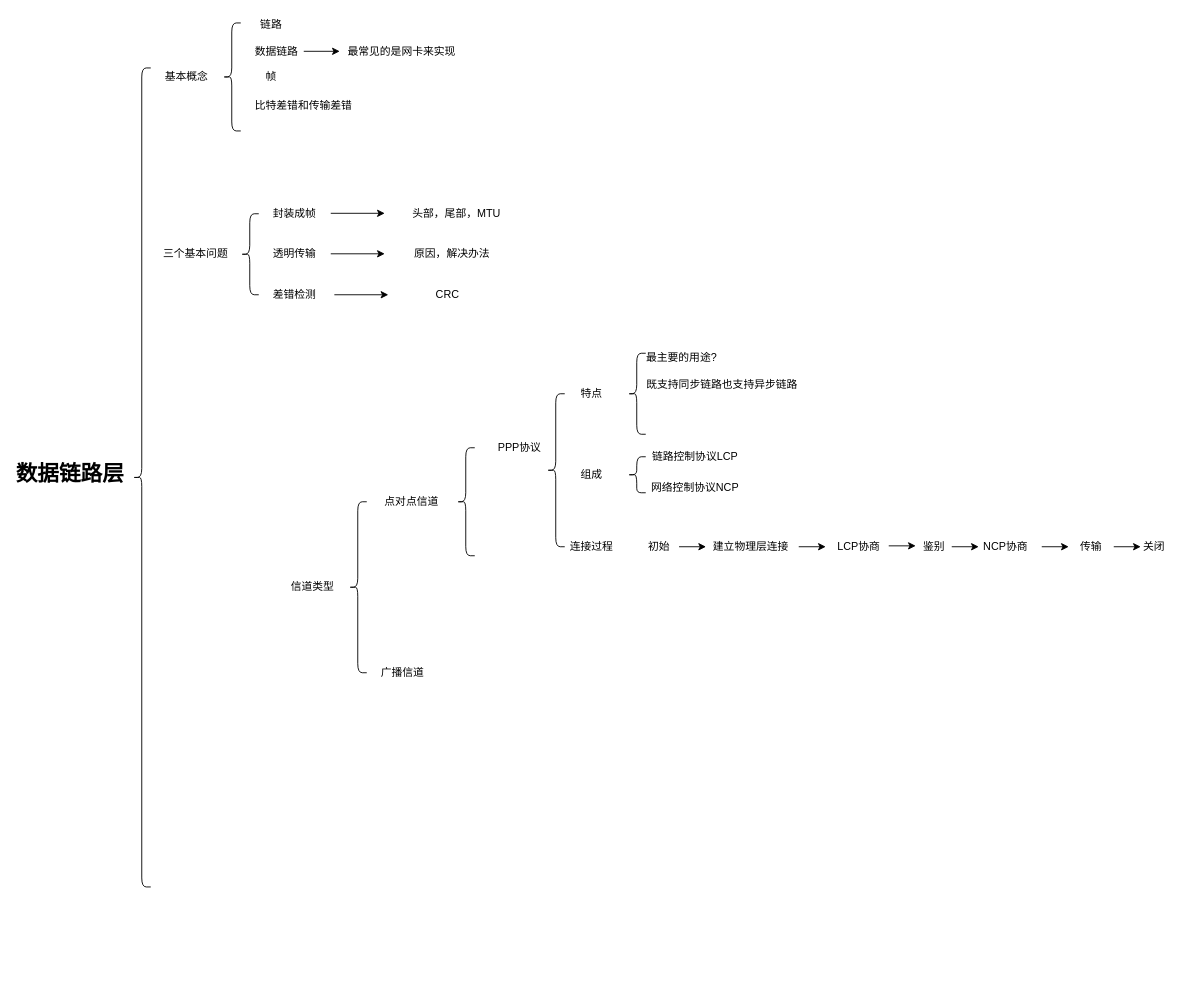
lch15/lch15.github.io keeps this draw.io diagram as 链路层.drawio. Above is the earlier version. Source tidied: cells renumbered, new cells numbered last; positions are measured from the earlier drawing's top-left corner, leaving out a move shared by most shapes. Both pictures are drawn from the tidied source at 90%, with x=0, y=0 at pixel (24, 15).
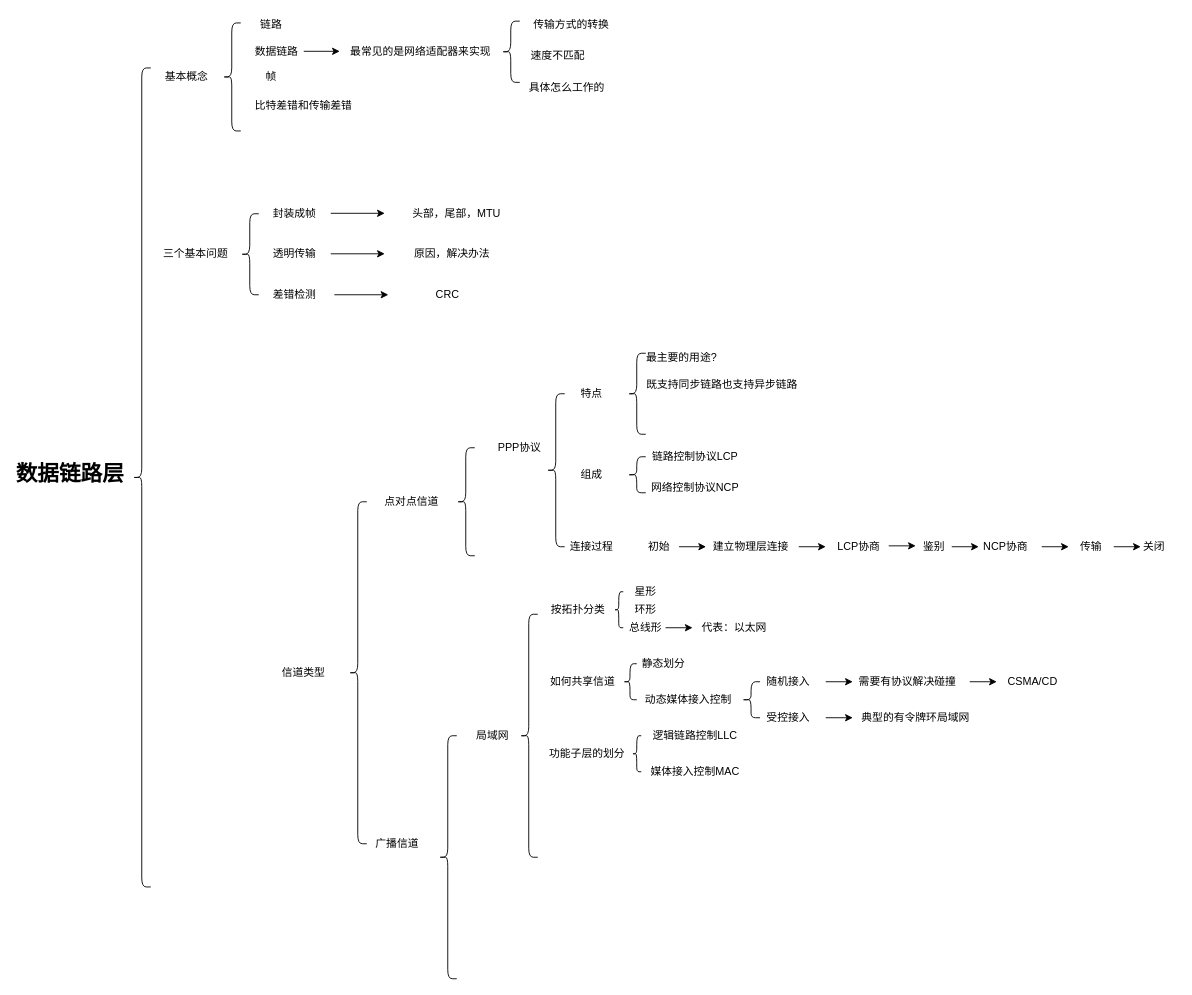
The same page after the edit.

The edit, as a diff of the source:
```diff
@@
     <mxCell id="5" value="广播信道" style="text;html=1;strokeColor=none;fillColor=none;align=center;verticalAlign=middle;whiteSpace=wrap;rounded=0;" parent="1" vertex="1">
-      <mxGeometry x="350" y="720" width="140" height="20" as="geometry" />
+      <mxGeometry x="344" y="910" width="140" height="20" as="geometry" />
     </mxCell>
     <mxCell id="6" value="信道类型" style="text;html=1;strokeColor=none;fillColor=none;align=center;verticalAlign=middle;whiteSpace=wrap;rounded=0;" parent="1" vertex="1">
-      <mxGeometry x="250" y="625" width="140" height="20" as="geometry" />
+      <mxGeometry x="240" y="720" width="140" height="20" as="geometry" />
     </mxCell>
     <mxCell id="7" style="shape=curlyBracket;whiteSpace=wrap;html=1;rounded=1;" parent="1" vertex="1">
-      <mxGeometry x="360" y="540" width="20" height="190" as="geometry" />
+      <mxGeometry x="360" y="540" width="20" height="380" as="geometry" />
     </mxCell>
@@
-    <mxCell id="13" value="最常见的是网卡来实现" style="text;html=1;strokeColor=none;fillColor=none;align=center;verticalAlign=middle;whiteSpace=wrap;rounded=0;" parent="1" vertex="1">
-      <mxGeometry x="329" y="30" width="180" height="20" as="geometry" />
+    <mxCell id="13" value="最常见的是网络适配器来实现" style="text;html=1;strokeColor=none;fillColor=none;align=center;verticalAlign=middle;whiteSpace=wrap;rounded=0;" parent="1" vertex="1">
+      <mxGeometry x="350" y="30" width="180" height="20" as="geometry" />
     </mxCell>
@@
+    <mxCell id="53" style="shape=curlyBracket;whiteSpace=wrap;html=1;rounded=1;" parent="1" vertex="1">
+      <mxGeometry x="460" y="800" width="20" height="270" as="geometry" />
+    </mxCell>
+    <mxCell id="54" value="局域网" style="text;html=1;strokeColor=none;fillColor=none;align=center;verticalAlign=middle;whiteSpace=wrap;rounded=0;" parent="1" vertex="1">
+      <mxGeometry x="450" y="790" width="140" height="20" as="geometry" />
+    </mxCell>
+    <mxCell id="55" style="shape=curlyBracket;whiteSpace=wrap;html=1;rounded=1;" parent="1" vertex="1">
+      <mxGeometry x="550" y="665" width="20" height="270" as="geometry" />
+    </mxCell>
+    <mxCell id="56" value="按拓扑分类" style="text;html=1;strokeColor=none;fillColor=none;align=center;verticalAlign=middle;whiteSpace=wrap;rounded=0;" parent="1" vertex="1">
+      <mxGeometry x="575" y="650" width="80" height="20" as="geometry" />
+    </mxCell>
+    <mxCell id="57" style="shape=curlyBracket;whiteSpace=wrap;html=1;rounded=1;" parent="1" vertex="1">
+      <mxGeometry x="655" y="640" width="10" height="40" as="geometry" />
+    </mxCell>
+    <mxCell id="58" value="星形" style="text;html=1;strokeColor=none;fillColor=none;align=center;verticalAlign=middle;whiteSpace=wrap;rounded=0;" parent="1" vertex="1">
+      <mxGeometry x="665" y="630" width="50" height="20" as="geometry" />
+    </mxCell>
+    <mxCell id="59" value="环形" style="text;html=1;strokeColor=none;fillColor=none;align=center;verticalAlign=middle;whiteSpace=wrap;rounded=0;" parent="1" vertex="1">
+      <mxGeometry x="665" y="650" width="50" height="20" as="geometry" />
+    </mxCell>
+    <mxCell id="60" value="总线形" style="text;html=1;strokeColor=none;fillColor=none;align=center;verticalAlign=middle;whiteSpace=wrap;rounded=0;" parent="1" vertex="1">
+      <mxGeometry x="665" y="670" width="50" height="20" as="geometry" />
+    </mxCell>
+    <mxCell id="61" style="endArrow=classic;html=1;" parent="1" edge="1">
+      <mxGeometry relative="1" as="geometry">
+        <mxPoint x="712" y="680" as="sourcePoint" />
+        <mxPoint x="742" y="680" as="targetPoint" />
+      </mxGeometry>
+    </mxCell>
+    <mxCell id="62" value="代表：以太网" style="text;html=1;strokeColor=none;fillColor=none;align=center;verticalAlign=middle;whiteSpace=wrap;rounded=0;" parent="1" vertex="1">
+      <mxGeometry x="742" y="670" width="93" height="20" as="geometry" />
+    </mxCell>
+    <mxCell id="63" style="shape=curlyBracket;whiteSpace=wrap;html=1;rounded=1;" parent="1" vertex="1">
+      <mxGeometry x="530" y="6" width="20" height="68" as="geometry" />
+    </mxCell>
+    <mxCell id="64" value="传输方式的转换" style="text;html=1;strokeColor=none;fillColor=none;align=center;verticalAlign=middle;whiteSpace=wrap;rounded=0;" parent="1" vertex="1">
+      <mxGeometry x="560" width="95" height="20" as="geometry" />
+    </mxCell>
+    <mxCell id="65" value="速度不匹配" style="text;html=1;strokeColor=none;fillColor=none;align=center;verticalAlign=middle;whiteSpace=wrap;rounded=0;" parent="1" vertex="1">
+      <mxGeometry x="530" y="34" width="125" height="20" as="geometry" />
+    </mxCell>
+    <mxCell id="66" value="具体怎么工作的" style="text;html=1;strokeColor=none;fillColor=none;align=center;verticalAlign=middle;whiteSpace=wrap;rounded=0;" parent="1" vertex="1">
+      <mxGeometry x="540" y="70" width="125" height="20" as="geometry" />
+    </mxCell>
+    <mxCell id="67" value="功能子层的划分" style="text;html=1;strokeColor=none;fillColor=none;align=center;verticalAlign=middle;whiteSpace=wrap;rounded=0;" parent="1" vertex="1">
+      <mxGeometry x="575" y="810" width="100" height="20" as="geometry" />
+    </mxCell>
+    <mxCell id="68" style="shape=curlyBracket;whiteSpace=wrap;html=1;rounded=1;" parent="1" vertex="1">
+      <mxGeometry x="675" y="800" width="10" height="40" as="geometry" />
+    </mxCell>
+    <mxCell id="69" value="逻辑链路控制LLC" style="text;html=1;strokeColor=none;fillColor=none;align=center;verticalAlign=middle;whiteSpace=wrap;rounded=0;" parent="1" vertex="1">
+      <mxGeometry x="670" y="790" width="150" height="20" as="geometry" />
+    </mxCell>
+    <mxCell id="70" value="媒体接入控制MAC" style="text;html=1;strokeColor=none;fillColor=none;align=center;verticalAlign=middle;whiteSpace=wrap;rounded=0;" parent="1" vertex="1">
+      <mxGeometry x="670" y="830" width="150" height="20" as="geometry" />
+    </mxCell>
+    <mxCell id="71" value="如何共享信道" style="text;html=1;strokeColor=none;fillColor=none;align=center;verticalAlign=middle;whiteSpace=wrap;rounded=0;" parent="1" vertex="1">
+      <mxGeometry x="570" y="730" width="100" height="20" as="geometry" />
+    </mxCell>
+    <mxCell id="72" style="shape=curlyBracket;whiteSpace=wrap;html=1;rounded=1;" parent="1" vertex="1">
+      <mxGeometry x="665" y="720" width="15" height="40" as="geometry" />
+    </mxCell>
+    <mxCell id="73" style="shape=curlyBracket;whiteSpace=wrap;html=1;rounded=1;" parent="1" vertex="1">
+      <mxGeometry x="797" y="740" width="20" height="40" as="geometry" />
+    </mxCell>
+    <mxCell id="74" value="静态划分" style="text;html=1;strokeColor=none;fillColor=none;align=center;verticalAlign=middle;whiteSpace=wrap;rounded=0;" parent="1" vertex="1">
+      <mxGeometry x="685" y="710" width="50" height="20" as="geometry" />
+    </mxCell>
+    <mxCell id="75" value="动态媒体接入控制" style="text;html=1;strokeColor=none;fillColor=none;align=center;verticalAlign=middle;whiteSpace=wrap;rounded=0;" parent="1" vertex="1">
+      <mxGeometry x="685" y="750" width="105" height="20" as="geometry" />
+    </mxCell>
+    <mxCell id="76" value="随机接入" style="text;html=1;strokeColor=none;fillColor=none;align=center;verticalAlign=middle;whiteSpace=wrap;rounded=0;" parent="1" vertex="1">
+      <mxGeometry x="817" y="730" width="63" height="20" as="geometry" />
+    </mxCell>
+    <mxCell id="77" value="受控接入" style="text;html=1;strokeColor=none;fillColor=none;align=center;verticalAlign=middle;whiteSpace=wrap;rounded=0;" parent="1" vertex="1">
+      <mxGeometry x="817" y="770" width="63" height="20" as="geometry" />
+    </mxCell>
+    <mxCell id="78" value="需要有协议解决碰撞" style="text;html=1;strokeColor=none;fillColor=none;align=center;verticalAlign=middle;whiteSpace=wrap;rounded=0;" parent="1" vertex="1">
+      <mxGeometry x="921" y="730" width="120" height="20" as="geometry" />
+    </mxCell>
+    <mxCell id="79" style="endArrow=classic;html=1;" parent="1" edge="1">
+      <mxGeometry relative="1" as="geometry">
+        <mxPoint x="890" y="740" as="sourcePoint" />
+        <mxPoint x="920" y="740" as="targetPoint" />
+      </mxGeometry>
+    </mxCell>
+    <mxCell id="80" style="endArrow=classic;html=1;" parent="1" edge="1">
+      <mxGeometry relative="1" as="geometry">
+        <mxPoint x="890" y="780" as="sourcePoint" />
+        <mxPoint x="920" y="780" as="targetPoint" />
+      </mxGeometry>
+    </mxCell>
+    <mxCell id="81" value="典型的有令牌环局域网" style="text;html=1;strokeColor=none;fillColor=none;align=center;verticalAlign=middle;whiteSpace=wrap;rounded=0;" parent="1" vertex="1">
+      <mxGeometry x="915" y="770" width="150" height="20" as="geometry" />
+    </mxCell>
+    <mxCell id="82" style="endArrow=classic;html=1;" parent="1" edge="1">
+      <mxGeometry relative="1" as="geometry">
+        <mxPoint x="1050" y="740" as="sourcePoint" />
+        <mxPoint x="1080" y="740" as="targetPoint" />
+      </mxGeometry>
+    </mxCell>
+    <mxCell id="83" value="CSMA/CD" style="text;html=1;strokeColor=none;fillColor=none;align=center;verticalAlign=middle;whiteSpace=wrap;rounded=0;" parent="1" vertex="1">
+      <mxGeometry x="1050" y="730" width="140" height="20" as="geometry" />
+    </mxCell>
```
